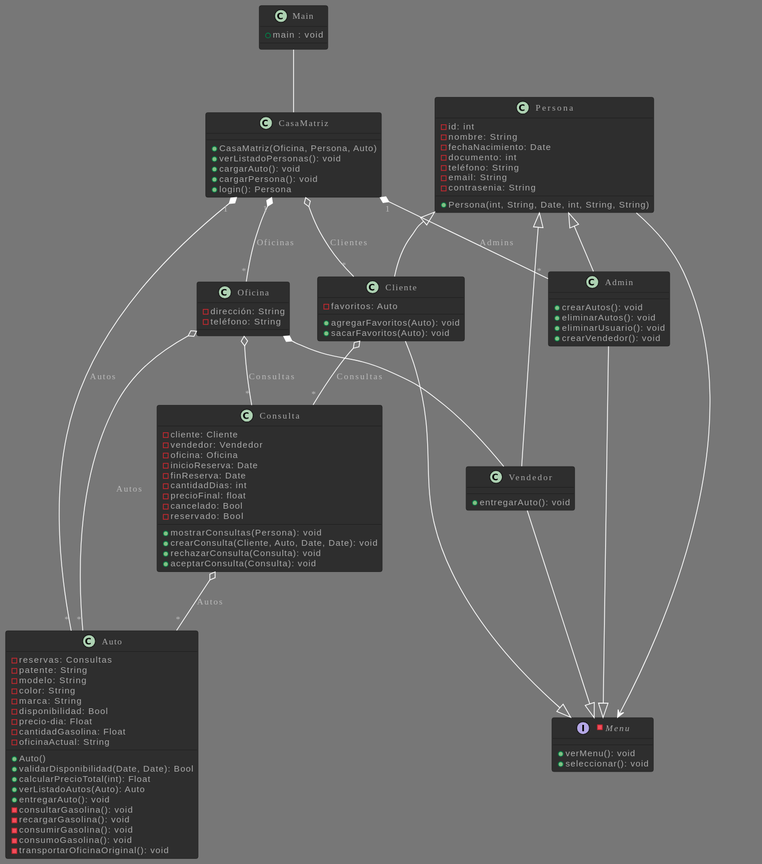
Earlier version of the PlantUML export docs/diagram.svg (FrancoSpinelli/primer-parcial-grupo-10-programacion-ii-2024).
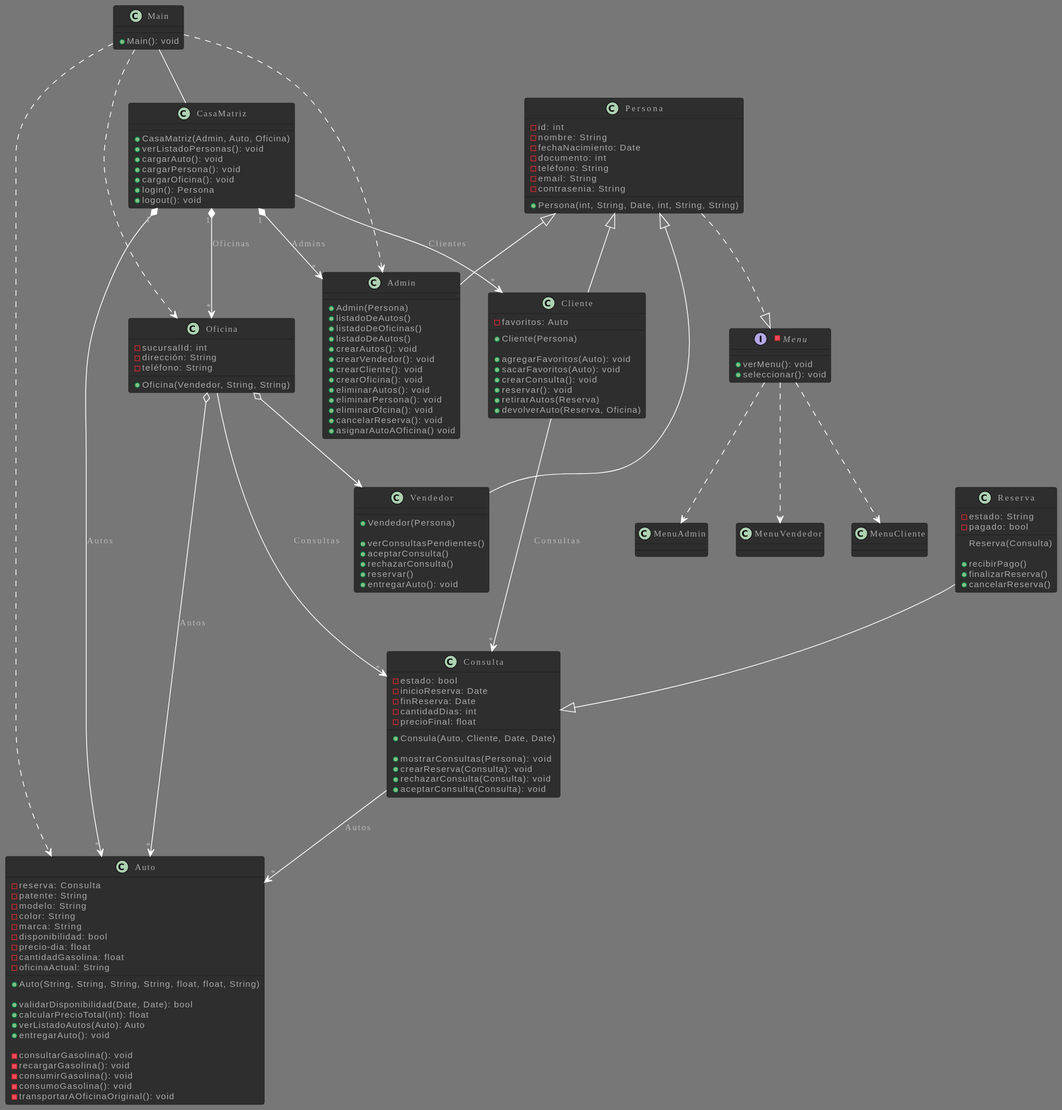
After the commit.

What changed in the source:
```diff
@@ -2,19 +2,70 @@
 !theme reddress-darkorange
 
 class Main{
-  +main : void
+  +Main(): void
 }
 
 class CasaMatriz {
 
-  +CasaMatriz(Oficina, Persona, Auto)
-
+  +CasaMatriz(Admin, Auto, Oficina)
   +verListadoPersonas(): void
   +cargarAuto(): void
   +cargarPersona(): void
+  +cargarOficina(): void
   +login(): Persona
+  +logout(): void
 }
 
+
+
+class Oficina {
+  -sucursalId: int
+  -dirección: String
+  -teléfono: String
+
+  +Oficina(Vendedor, String, String)
+}
+
+class Admin{
+  +Admin(Persona)
+  +listadoDeAutos()
+  +listadoDeOficinas()
+  +listadoDeAutos()
+  +crearAutos(): void
+  +crearVendedor(): void
+  +crearCliente(): void
+  +crearOficina(): void
+  +eliminarAutos(): void
+  +eliminarPersona(): void
+  +eliminarOfcina(): void
+  +cancelarReserva(): void
+  +asignarAutoAOficina() void
+}
+
+
+class Cliente{
+  -favoritos: Auto
+
+  +Cliente(Persona)
+
+  +agregarFavoritos(Auto): void
+  +sacarFavoritos(Auto): void
+  +crearConsulta(): void
+  +reservar(): void
+  +retirarAutos(Reserva)
+  +devolverAuto(Reserva, Oficina)
+}
+
+
+class Vendedor{
+  +Vendedor(Persona)
+
+  +verConsultasPendientes()
+  +aceptarConsulta()
+  +rechazarConsulta()
+  +reservar()
+  +entregarAuto(): void
+}
 
 class Persona{
   -id: int
@@ -28,98 +79,96 @@
   +Persona(int, String, Date, int, String, String)
 }
 
-class Cliente{
-  -favoritos: Auto
 
-  +agregarFavoritos(Auto): void
-  +sacarFavoritos(Auto): void
+
+class Consulta {
+  -estado: bool
+  -inicioReserva: Date
+  -finReserva: Date
+  -cantidadDias: int
+  -precioFinal: float
+
+
+  +Consula(Auto, Cliente, Date, Date)
+
+  +mostrarConsultas(Persona): void
+  +crearReserva(Consulta): void
+  +rechazarConsulta(Consulta): void
+  +aceptarConsulta(Consulta): void
 }
 
+class Reserva {
+  -estado: String
+  -pagado: bool
 
-class Vendedor{
-  +entregarAuto(): void
-}
+  Reserva(Consulta)
 
-class Admin{
-  +crearAutos(): void
-  +eliminarAutos(): void
-  +eliminarUsuario(): void
-  +crearVendedor(): void
+  +recibirPago()
+  +finalizarReserva()
+  +cancelarReserva()
 }
 
 class Auto{
-  -reservas: Consultas
+  -reserva: Consulta
   -patente: String
   -modelo: String
   -color: String
   -marca: String
-  -disponibilidad: Bool
-  -precio-dia: Float
-  -cantidadGasolina: Float
+  -disponibilidad: bool
+  -precio-dia: float
+  -cantidadGasolina: float
   -oficinaActual: String
 
-  +Auto()
-  +validarDisponibilidad(Date, Date): Bool
-  +calcularPrecioTotal(int): Float
+  +Auto(String, String, String, String, float, float, String)
+
+  +validarDisponibilidad(Date, Date): bool
+  +calcularPrecioTotal(int): float
   +verListadoAutos(Auto): Auto
   +entregarAuto(): void
+
   -consultarGasolina(): void
   -recargarGasolina(): void
   -consumirGasolina(): void
   -consumoGasolina(): void
-  -transportarOficinaOriginal(): void
+  -transportarAOficinaOriginal(): void
 }
 
-class Consulta {
-  -cliente: Cliente
-  -vendedor: Vendedor
-  -oficina: Oficina
-  -inicioReserva: Date
-  -finReserva: Date
-  -cantidadDias: int
-  -precioFinal: float
-  -cancelado: Bool
-  -reservado: Bool
 
-  +mostrarConsultas(Persona): void
-  +crearConsulta(Cliente, Auto, Date, Date): void
-  +rechazarConsulta(Consulta): void
-  +aceptarConsulta(Consulta): void
-
-}
-
-class Oficina {
-  -dirección: String
-  -teléfono: String
-}
 
 -interface Menu {
   +verMenu(): void
   +seleccionar(): void
 }
 
+Main ..> Oficina
+Main ..> Admin
+Main ..> Auto
 
 Main -- CasaMatriz
 
-CasaMatriz "1"*--"*"Admin: Admins
-CasaMatriz "1"*--"*" Auto: Autos
-CasaMatriz "1"*--"*" Oficina: Oficinas
-CasaMatriz  o--"*" Cliente: Clientes
+CasaMatriz "1"*-->"*"Admin: Admins
+CasaMatriz "1"*-->"*" Auto: Autos
+CasaMatriz "1"*-->"*" Oficina: Oficinas
+CasaMatriz  -->"*" Cliente: Clientes
 
 Persona <|-- Admin
 Persona <|-- Vendedor
 Persona <|-- Cliente
 
-Persona --> Menu
-Admin --|> Menu
-Vendedor --|> Menu
-Cliente --|> Menu
 
-Oficina o--"*" Consulta: Consultas
-Oficina *-- Vendedor
-Oficina o--"*" Auto: Autos
+Persona ..|> Menu
 
-Cliente o--"*" Consulta: Consultas
+Menu ..> MenuAdmin
+Menu ..> MenuVendedor
+Menu ..> MenuCliente
 
-Consulta o--"*" Auto: Autos
+Oficina -->"*" Consulta: Consultas
+Oficina o--> Vendedor
+Oficina o-->"*" Auto: Autos
+
+Cliente --->"*" Consulta: Consultas
+
+Consulta -->"*" Auto: Autos
+
+Reserva --|> Consulta
 @enduml
```
